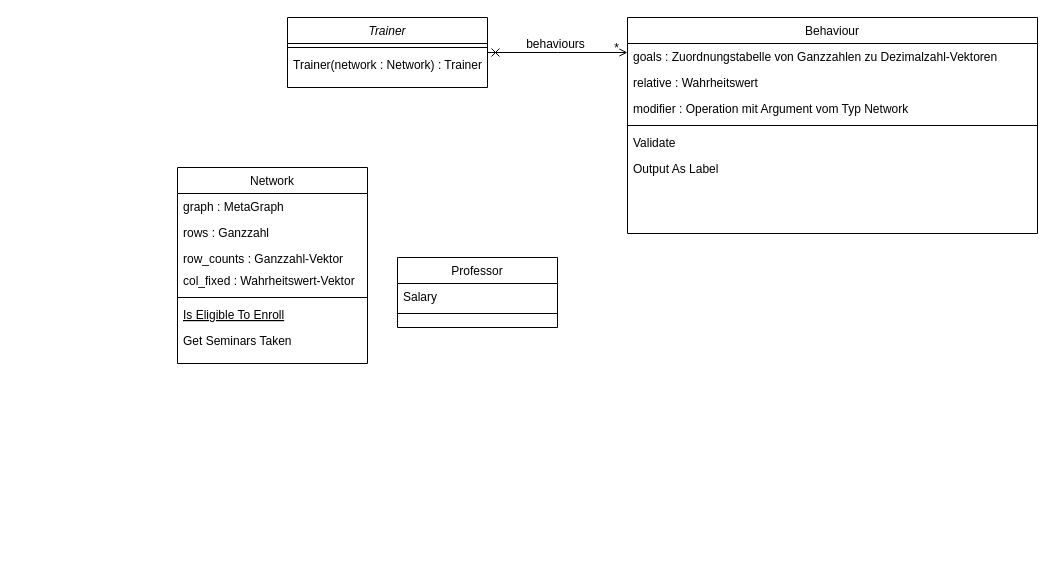
Before: projektskizze/bilder/Unbenanntes Diagramm.drawio in Alexander-Reimer/Simulation-of-MNNs, a draw.io diagram. Source tidied: cells renumbered, new cells numbered last; positions are measured from the earlier drawing's top-left corner, leaving out a move shared by most shapes. Both pictures are drawn from the tidied source at 100%, with x=0, y=0 at pixel (177, 17).
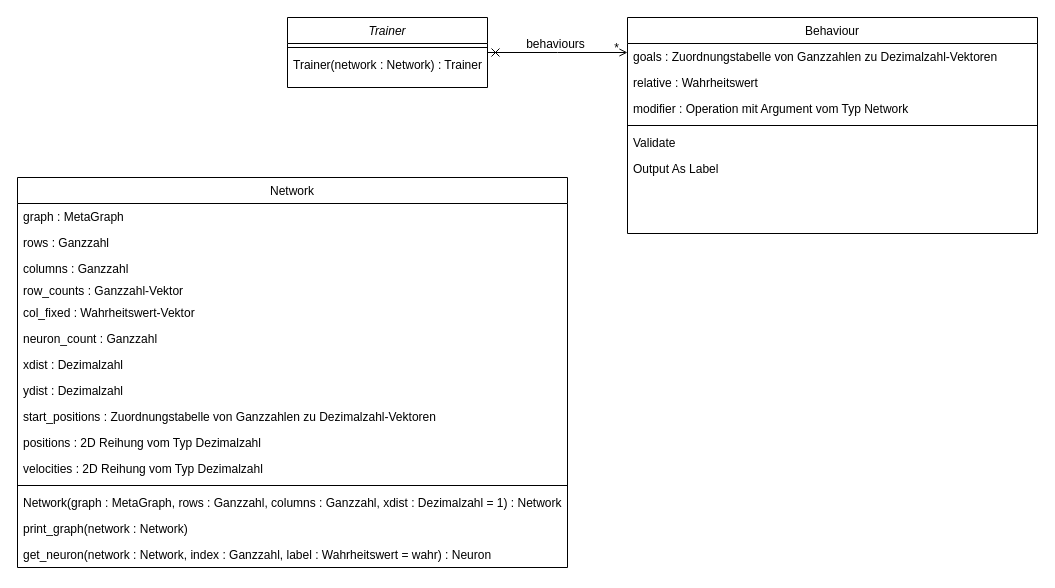
The same diagram, later.

The edit, as a diff of the source:
```diff
@@
     <mxCell id="5" value="Network" style="swimlane;fontStyle=0;align=center;verticalAlign=top;horizontal=1;startSize=26;rounded=0;shadow=0;strokeWidth=1;" parent="1" vertex="1">
-      <mxGeometry y="150" width="190" height="196" as="geometry" />
+      <mxGeometry x="-160" y="160" width="550" height="390" as="geometry" />
     </mxCell>
     <mxCell id="6" value="graph : MetaGraph" style="text;align=left;verticalAlign=top;spacingLeft=4;spacingRight=4;overflow=hidden;" parent="5" vertex="1">
-      <mxGeometry y="26" width="190" height="26" as="geometry" />
+      <mxGeometry y="26" width="550" height="26" as="geometry" />
     </mxCell>
     <mxCell id="7" value="rows : Ganzzahl" style="text;align=left;verticalAlign=top;spacingLeft=4;spacingRight=4;overflow=hidden;rounded=0;shadow=0;html=0;" parent="5" vertex="1">
-      <mxGeometry y="52" width="190" height="26" as="geometry" />
+      <mxGeometry y="52" width="550" height="26" as="geometry" />
     </mxCell>
+    <mxCell id="27" value="columns : Ganzzahl" style="text;align=left;verticalAlign=top;spacingLeft=4;spacingRight=4;overflow=hidden;rounded=0;shadow=0;html=0;" parent="5" vertex="1">
+      <mxGeometry y="78" width="550" height="22" as="geometry" />
+    </mxCell>
     <mxCell id="8" value="row_counts : Ganzzahl-Vektor" style="text;align=left;verticalAlign=top;spacingLeft=4;spacingRight=4;overflow=hidden;rounded=0;shadow=0;html=0;" parent="5" vertex="1">
-      <mxGeometry y="78" width="190" height="22" as="geometry" />
+      <mxGeometry y="100" width="550" height="22" as="geometry" />
     </mxCell>
     <mxCell id="9" value="col_fixed : Wahrheitswert-Vektor" style="text;align=left;verticalAlign=top;spacingLeft=4;spacingRight=4;overflow=hidden;rounded=0;shadow=0;html=0;" parent="5" vertex="1">
-      <mxGeometry y="100" width="190" height="26" as="geometry" />
+      <mxGeometry y="122" width="550" height="26" as="geometry" />
     </mxCell>
+    <mxCell id="28" value="neuron_count : Ganzzahl" style="text;align=left;verticalAlign=top;spacingLeft=4;spacingRight=4;overflow=hidden;rounded=0;shadow=0;html=0;" parent="5" vertex="1">
+      <mxGeometry y="148" width="550" height="26" as="geometry" />
+    </mxCell>
+    <mxCell id="29" value="xdist : Dezimalzahl" style="text;align=left;verticalAlign=top;spacingLeft=4;spacingRight=4;overflow=hidden;rounded=0;shadow=0;html=0;" parent="5" vertex="1">
+      <mxGeometry y="174" width="550" height="26" as="geometry" />
+    </mxCell>
+    <mxCell id="30" value="ydist : Dezimalzahl" style="text;align=left;verticalAlign=top;spacingLeft=4;spacingRight=4;overflow=hidden;rounded=0;shadow=0;html=0;" parent="5" vertex="1">
+      <mxGeometry y="200" width="550" height="26" as="geometry" />
+    </mxCell>
+    <mxCell id="31" value="start_positions : Zuordnungstabelle von Ganzzahlen zu Dezimalzahl-Vektoren" style="text;align=left;verticalAlign=top;spacingLeft=4;spacingRight=4;overflow=hidden;rounded=0;shadow=0;html=0;" parent="5" vertex="1">
+      <mxGeometry y="226" width="550" height="26" as="geometry" />
+    </mxCell>
+    <mxCell id="32" value="positions : 2D Reihung vom Typ Dezimalzahl" style="text;align=left;verticalAlign=top;spacingLeft=4;spacingRight=4;overflow=hidden;rounded=0;shadow=0;html=0;" parent="5" vertex="1">
+      <mxGeometry y="252" width="550" height="26" as="geometry" />
+    </mxCell>
+    <mxCell id="33" value="velocities : 2D Reihung vom Typ Dezimalzahl" style="text;align=left;verticalAlign=top;spacingLeft=4;spacingRight=4;overflow=hidden;rounded=0;shadow=0;html=0;" parent="5" vertex="1">
+      <mxGeometry y="278" width="550" height="26" as="geometry" />
+    </mxCell>
     <mxCell id="10" style="line;html=1;strokeWidth=1;align=left;verticalAlign=middle;spacingTop=-1;spacingLeft=3;spacingRight=3;labelPosition=right;" parent="5" vertex="1">
-      <mxGeometry y="126" width="190" height="8" as="geometry" />
+      <mxGeometry y="304" width="550" height="8" as="geometry" />
     </mxCell>
-    <mxCell id="11" value="Is Eligible To Enroll" style="text;align=left;verticalAlign=top;spacingLeft=4;spacingRight=4;overflow=hidden;fontStyle=4;" parent="5" vertex="1">
-      <mxGeometry y="134" width="190" height="26" as="geometry" />
-    </mxCell>
-    <mxCell id="12" value="Get Seminars Taken" style="text;align=left;verticalAlign=top;spacingLeft=4;spacingRight=4;overflow=hidden;" parent="5" vertex="1">
-      <mxGeometry y="160" width="190" height="26" as="geometry" />
+    <mxCell id="12" value="Network(graph : MetaGraph, rows : Ganzzahl, columns : Ganzzahl, xdist : Dezimalzahl = 1) : Network" style="text;align=left;verticalAlign=top;spacingLeft=4;spacingRight=4;overflow=hidden;" parent="5" vertex="1">
+      <mxGeometry y="312" width="550" height="26" as="geometry" />
     </mxCell>
-    <mxCell id="13" value="Professor" style="swimlane;fontStyle=0;align=center;verticalAlign=top;horizontal=1;startSize=26;rounded=0;shadow=0;strokeWidth=1;" parent="1" vertex="1">
-      <mxGeometry x="220" y="240" width="160" height="70" as="geometry" />
-    </mxCell>
-    <mxCell id="14" value="Salary" style="text;align=left;verticalAlign=top;spacingLeft=4;spacingRight=4;overflow=hidden;" parent="13" vertex="1">
-      <mxGeometry y="26" width="160" height="26" as="geometry" />
-    </mxCell>
-    <mxCell id="15" style="line;html=1;strokeWidth=1;align=left;verticalAlign=middle;spacingTop=-1;spacingLeft=3;spacingRight=3;labelPosition=right;" parent="13" vertex="1">
-      <mxGeometry y="52" width="160" height="8" as="geometry" />
-    </mxCell>
+    <mxCell id="34" value="print_graph(network : Network)" style="text;align=left;verticalAlign=top;spacingLeft=4;spacingRight=4;overflow=hidden;" parent="5" vertex="1">
+      <mxGeometry y="338" width="550" height="26" as="geometry" />
+    </mxCell>
+    <mxCell id="35" value="get_neuron(network : Network, index : Ganzzahl, label : Wahrheitswert = wahr) : Neuron" style="text;align=left;verticalAlign=top;spacingLeft=4;spacingRight=4;overflow=hidden;" parent="5" vertex="1">
+      <mxGeometry y="364" width="550" height="26" as="geometry" />
+    </mxCell>
```
